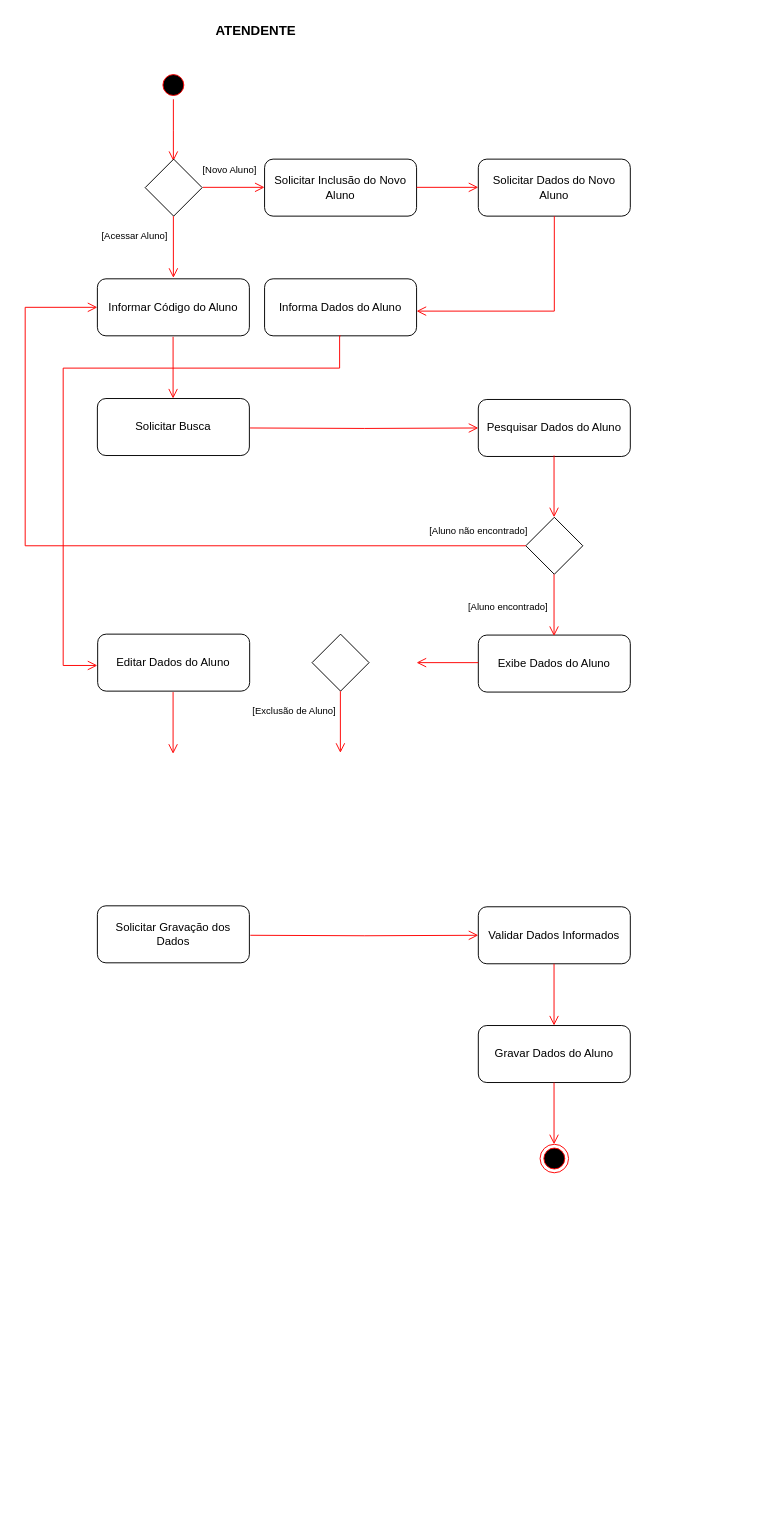
Earlier version of the draw.io diagram Atividade Prática 3 - Diagrama de Atividades.drawio (Ajnus/INF1013_Modelagem_De_Software). Source tidied: cells renumbered, new cells numbered last; positions are measured from the earlier drawing's top-left corner, leaving out a move shared by most shapes. Both pictures are drawn from the tidied source at 95%, with x=0, y=0 at pixel (25, 16).
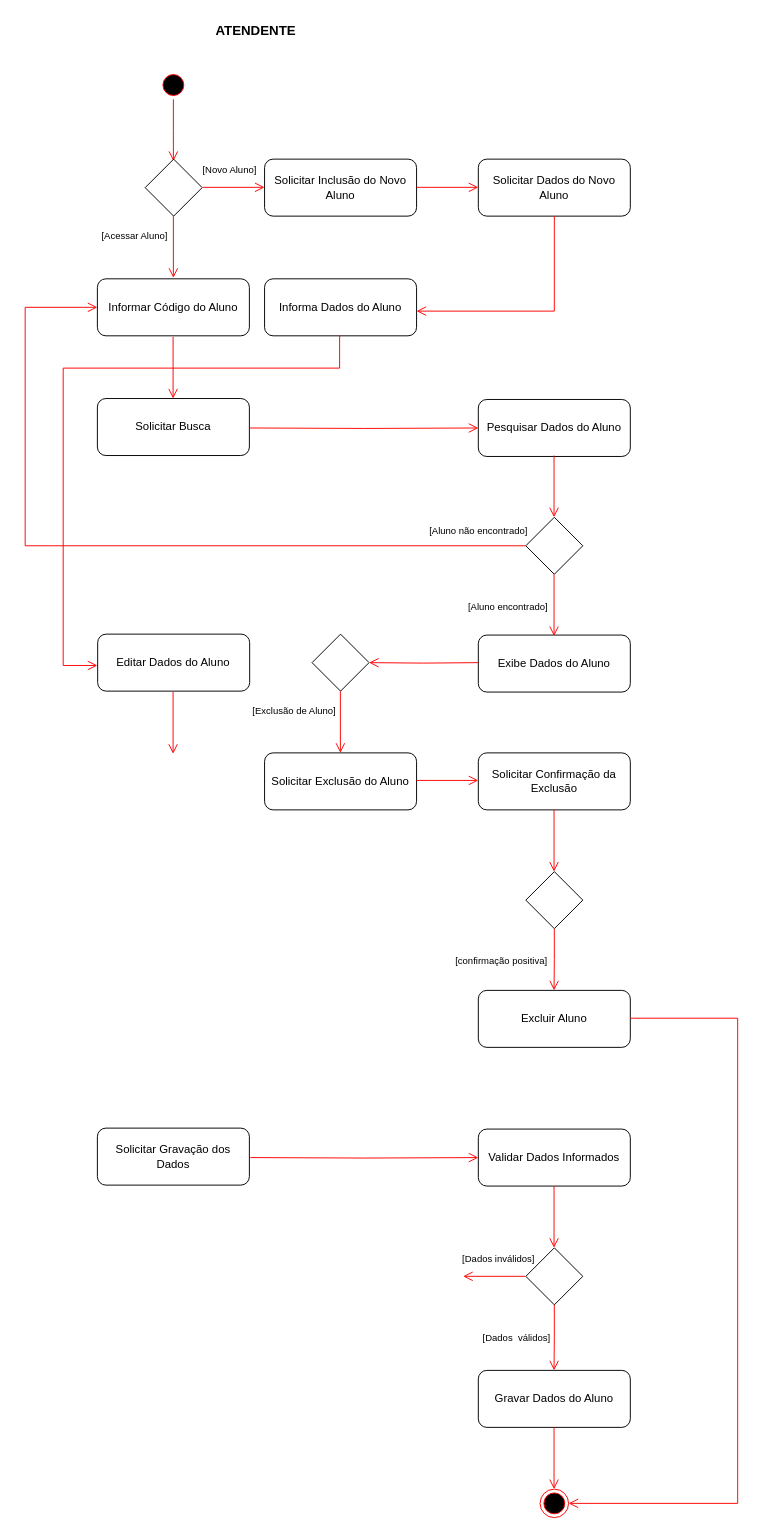
The same diagram, later.

The change refers to these unchanged cells:
```xml
<mxCell id="38" style="rhombus;whiteSpace=wrap;html=1;rounded=0;shadow=0;glass=0;sketch=0;" parent="1" vertex="1">
  <mxGeometry x="302" y="650" width="60" height="60" as="geometry" />
</mxCell>
```

The edit, as a diff of the source:
```diff
@@
     <mxCell id="13" value="Solicitar Gravação dos Dados" style="rounded=1;whiteSpace=wrap;html=1;shadow=0;" parent="1" vertex="1">
-      <mxGeometry x="76" y="936" width="160" height="60" as="geometry" />
+      <mxGeometry x="76" y="1170" width="160" height="60" as="geometry" />
     </mxCell>
@@
     <mxCell id="15" style="edgeStyle=orthogonalEdgeStyle;html=1;verticalAlign=bottom;endArrow=open;endSize=8;strokeColor=#ff0000;rounded=0;entryX=0;entryY=0.5;entryDx=0;entryDy=0;" parent="1" edge="1" target="16">
       <mxGeometry relative="1" as="geometry">
-        <mxPoint x="237" y="967" as="sourcePoint" />
+        <mxPoint x="237" y="1201" as="sourcePoint" />
       </mxGeometry>
     </mxCell>
     <mxCell id="16" value="Validar Dados Informados" style="rounded=1;whiteSpace=wrap;html=1;shadow=0;" parent="1" vertex="1">
-      <mxGeometry x="477" y="937" width="160" height="60" as="geometry" />
+      <mxGeometry x="477" y="1171" width="160" height="60" as="geometry" />
     </mxCell>
     <mxCell id="17" style="edgeStyle=orthogonalEdgeStyle;html=1;verticalAlign=bottom;endArrow=open;endSize=8;strokeColor=#ff0000;rounded=0;entryX=0.5;entryY=0;entryDx=0;entryDy=0;" parent="1" edge="1">
       <mxGeometry relative="1" as="geometry">
-        <mxPoint x="556.7" y="997" as="sourcePoint" />
-        <mxPoint x="556.7" y="1062" as="targetPoint" />
+        <mxPoint x="556.7" y="1231" as="sourcePoint" />
+        <mxPoint x="556.7" y="1296" as="targetPoint" />
       </mxGeometry>
     </mxCell>
     <mxCell id="18" value="Gravar Dados do Aluno" style="rounded=1;whiteSpace=wrap;html=1;shadow=0;" parent="1" vertex="1">
-      <mxGeometry x="477" y="1062" width="160" height="60" as="geometry" />
+      <mxGeometry x="477" y="1425" width="160" height="60" as="geometry" />
     </mxCell>
     <mxCell id="19" style="ellipse;html=1;shape=endState;fillColor=#000000;strokeColor=#ff0000;rounded=0;shadow=0;glass=0;sketch=0;fontSize=14;" parent="1" vertex="1">
-      <mxGeometry x="542" y="1187" width="30" height="30" as="geometry" />
+      <mxGeometry x="542" y="1550" width="30" height="30" as="geometry" />
     </mxCell>
     <mxCell id="20" style="edgeStyle=orthogonalEdgeStyle;html=1;verticalAlign=bottom;endArrow=open;endSize=8;strokeColor=#ff0000;rounded=0;entryX=0.5;entryY=0;entryDx=0;entryDy=0;" parent="1" edge="1">
       <mxGeometry relative="1" as="geometry">
-        <mxPoint x="556.7" y="1122" as="sourcePoint" />
-        <mxPoint x="556.7" y="1187" as="targetPoint" />
+        <mxPoint x="556.7" y="1485" as="sourcePoint" />
+        <mxPoint x="556.7" y="1550" as="targetPoint" />
       </mxGeometry>
     </mxCell>
@@
-    <mxCell id="37" style="edgeStyle=orthogonalEdgeStyle;html=1;verticalAlign=bottom;endArrow=open;endSize=8;strokeColor=#ff0000;rounded=0;entryX=0.5;entryY=0;entryDx=0;entryDy=0;" parent="1" edge="1">
+    <mxCell id="37" style="edgeStyle=orthogonalEdgeStyle;html=1;verticalAlign=bottom;endArrow=open;endSize=8;strokeColor=#ff0000;rounded=0;entryX=1;entryY=0.5;entryDx=0;entryDy=0;" parent="1" edge="1" target="38">
       <mxGeometry relative="1" as="geometry">
         <mxPoint x="477" y="680" as="sourcePoint" />
-        <mxPoint x="412" y="680" as="targetPoint" />
       </mxGeometry>
     </mxCell>
@@
+    <mxCell id="41" value="Solicitar Exclusão do Aluno" style="rounded=1;whiteSpace=wrap;html=1;shadow=0;" parent="1" vertex="1">
+      <mxGeometry x="252" y="775" width="160" height="60" as="geometry" />
+    </mxCell>
+    <mxCell id="42" value="Solicitar Confirmação da Exclusão" style="rounded=1;whiteSpace=wrap;html=1;shadow=0;" parent="1" vertex="1">
+      <mxGeometry x="477" y="775" width="160" height="60" as="geometry" />
+    </mxCell>
+    <mxCell id="43" style="edgeStyle=orthogonalEdgeStyle;html=1;verticalAlign=bottom;endArrow=open;endSize=8;strokeColor=#ff0000;rounded=0;entryX=0.5;entryY=0;entryDx=0;entryDy=0;" parent="1" edge="1">
+      <mxGeometry relative="1" as="geometry">
+        <mxPoint x="412" y="804" as="sourcePoint" />
+        <mxPoint x="477" y="804" as="targetPoint" />
+      </mxGeometry>
+    </mxCell>
+    <mxCell id="44" style="edgeStyle=orthogonalEdgeStyle;html=1;verticalAlign=bottom;endArrow=open;endSize=8;strokeColor=#ff0000;rounded=0;entryX=0.5;entryY=0;entryDx=0;entryDy=0;" parent="1" edge="1">
+      <mxGeometry relative="1" as="geometry">
+        <mxPoint x="556.7" y="835" as="sourcePoint" />
+        <mxPoint x="556.7" y="900" as="targetPoint" />
+      </mxGeometry>
+    </mxCell>
+    <mxCell id="45" value="&lt;font style=&quot;font-size: 10px; background-color: transparent;&quot;&gt;[confirmação positiva]&lt;/font&gt;" style="text;html=1;align=center;verticalAlign=middle;strokeColor=none;fillColor=none;fontSize=14;" parent="1" vertex="1">
+      <mxGeometry x="441" y="983" width="120" height="20" as="geometry" />
+    </mxCell>
+    <mxCell id="46" style="edgeStyle=orthogonalEdgeStyle;html=1;verticalAlign=bottom;endArrow=open;endSize=8;strokeColor=#ff0000;rounded=0;entryX=0.5;entryY=0;entryDx=0;entryDy=0;startArrow=none;" parent="1" edge="1" source="49">
+      <mxGeometry relative="1" as="geometry">
+        <mxPoint x="556.7" y="1025" as="targetPoint" />
+      </mxGeometry>
+    </mxCell>
+    <mxCell id="47" value="Excluir Aluno" style="rounded=1;whiteSpace=wrap;html=1;shadow=0;" parent="1" vertex="1">
+      <mxGeometry x="477" y="1025" width="160" height="60" as="geometry" />
+    </mxCell>
+    <mxCell id="48" style="edgeStyle=orthogonalEdgeStyle;html=1;verticalAlign=bottom;endArrow=open;endSize=8;strokeColor=#ff0000;rounded=0;entryX=1;entryY=0.5;entryDx=0;entryDy=0;" parent="1" edge="1" target="19">
+      <mxGeometry relative="1" as="geometry">
+        <mxPoint x="637" y="1054.3" as="sourcePoint" />
+        <Array as="points">
+          <mxPoint x="750" y="1054" />
+          <mxPoint x="750" y="1565" />
+        </Array>
+      </mxGeometry>
+    </mxCell>
+    <mxCell id="49" style="rhombus;whiteSpace=wrap;html=1;rounded=0;shadow=0;glass=0;sketch=0;" parent="1" vertex="1">
+      <mxGeometry x="527" y="900" width="60" height="60" as="geometry" />
+    </mxCell>
+    <mxCell id="50" style="edgeStyle=orthogonalEdgeStyle;html=1;verticalAlign=bottom;endArrow=none;endSize=8;strokeColor=#ff0000;rounded=0;" parent="1" edge="1">
+      <mxGeometry relative="1" as="geometry">
+        <mxPoint x="556.7" y="960" as="sourcePoint" />
+        <mxPoint x="557" y="960" as="targetPoint" />
+      </mxGeometry>
+    </mxCell>
+    <mxCell id="51" style="rhombus;whiteSpace=wrap;html=1;rounded=0;shadow=0;glass=0;sketch=0;" parent="1" vertex="1">
+      <mxGeometry x="527" y="1296" width="60" height="60" as="geometry" />
+    </mxCell>
+    <mxCell id="52" value="&lt;font style=&quot;font-size: 10px; background-color: transparent;&quot;&gt;[Dados&amp;nbsp; válidos]&lt;/font&gt;" style="text;html=1;align=center;verticalAlign=middle;strokeColor=none;fillColor=none;fontSize=14;" parent="1" vertex="1">
+      <mxGeometry x="472" y="1380" width="90" height="20" as="geometry" />
+    </mxCell>
+    <mxCell id="53" style="edgeStyle=orthogonalEdgeStyle;html=1;verticalAlign=bottom;endArrow=open;endSize=8;strokeColor=#ff0000;rounded=0;entryX=0.5;entryY=0;entryDx=0;entryDy=0;startArrow=none;" parent="1" edge="1" source="51">
+      <mxGeometry relative="1" as="geometry">
+        <mxPoint x="556.7" y="1425" as="targetPoint" />
+      </mxGeometry>
+    </mxCell>
+    <mxCell id="54" style="edgeStyle=orthogonalEdgeStyle;html=1;verticalAlign=bottom;endArrow=open;endSize=8;strokeColor=#ff0000;rounded=0;entryX=0.5;entryY=0;entryDx=0;entryDy=0;" parent="1" edge="1">
+      <mxGeometry relative="1" as="geometry">
+        <mxPoint x="526.6" y="1326" as="sourcePoint" />
+        <mxPoint x="461" y="1326" as="targetPoint" />
+      </mxGeometry>
+    </mxCell>
+    <mxCell id="55" value="&lt;font style=&quot;font-size: 10px; background-color: transparent;&quot;&gt;[Dados inválidos]&lt;/font&gt;" style="text;html=1;align=center;verticalAlign=middle;strokeColor=none;fillColor=none;fontSize=14;" parent="1" vertex="1">
+      <mxGeometry x="448" y="1296" width="100" height="20" as="geometry" />
+    </mxCell>
```
